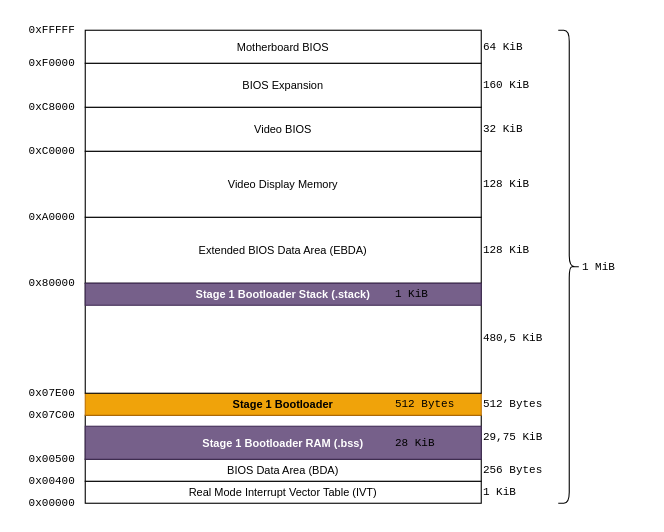
Before: page "Stage 1 Memory Map" (2 of 3) of doc/images/drawio/PC_Memory_Map.drawio in asschmidt/StudyOS, a draw.io diagram. Source tidied: cells renumbered, new cells numbered last; positions are measured from the earlier drawing's top-left corner, leaving out a move shared by most shapes. Both pictures are drawn from the tidied source at 110%, with x=0, y=0 at pixel (19, 19).
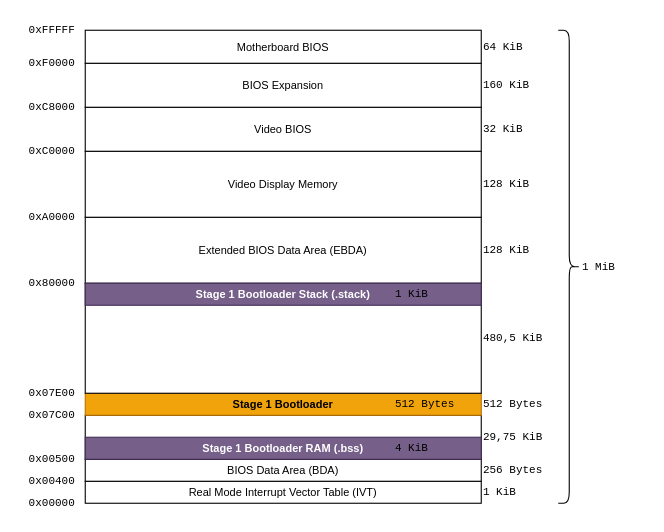
The same diagram, later.

Change to the diagram source:
```diff
@@
     <mxCell id="35" value="Stage 1 Bootloader RAM (.bss)" style="rounded=0;whiteSpace=wrap;html=1;fillColor=#76608a;fontColor=#ffffff;strokeColor=light-dark(#432D57, #ffffff);fontSize=10;fontStyle=1;" parent="1" vertex="1">
-      <mxGeometry x="60" y="370" width="360" height="30" as="geometry" />
+      <mxGeometry x="60" y="380" width="360" height="20" as="geometry" />
     </mxCell>
@@
-    <mxCell id="38" value="28 KiB" style="text;strokeColor=none;align=left;fillColor=none;html=1;verticalAlign=middle;whiteSpace=wrap;rounded=0;fontFamily=Courier New;fontSize=10;" parent="1" vertex="1">
-      <mxGeometry x="340" y="375" width="60" height="20" as="geometry" />
+    <mxCell id="38" value="4 KiB" style="text;strokeColor=none;align=left;fillColor=none;html=1;verticalAlign=middle;whiteSpace=wrap;rounded=0;fontFamily=Courier New;fontSize=10;" parent="1" vertex="1">
+      <mxGeometry x="340" y="380" width="60" height="20" as="geometry" />
     </mxCell>
```
